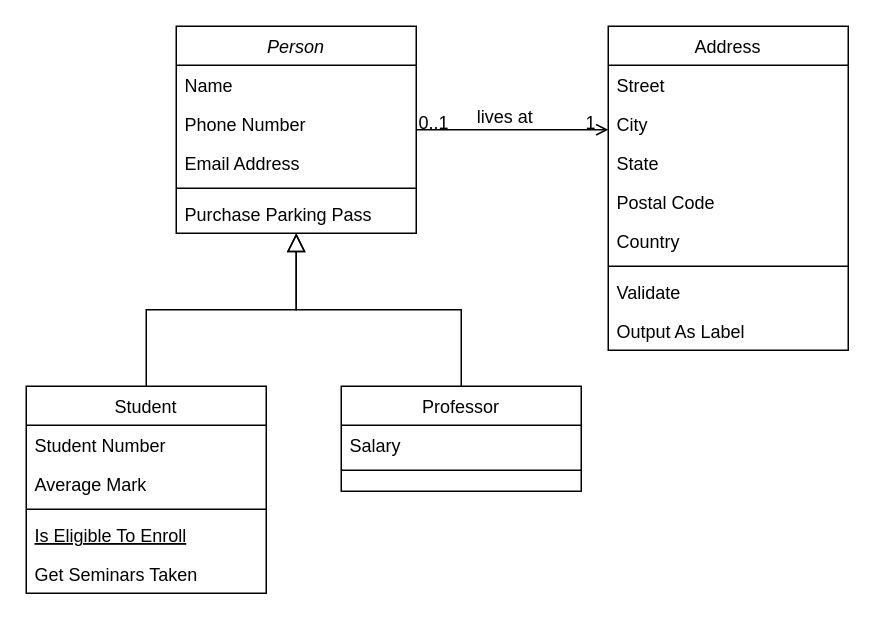
CervantesSanti2005/Proyecto2 keeps this draw.io diagram as Untitled Diagram.drawio. Above is the earlier version. Source tidied: cells renumbered, new cells numbered last; positions are measured from the earlier drawing's top-left corner, leaving out a move shared by most shapes. Both pictures are drawn from the tidied source at 150%, with x=0, y=0 at pixel (26, 26).
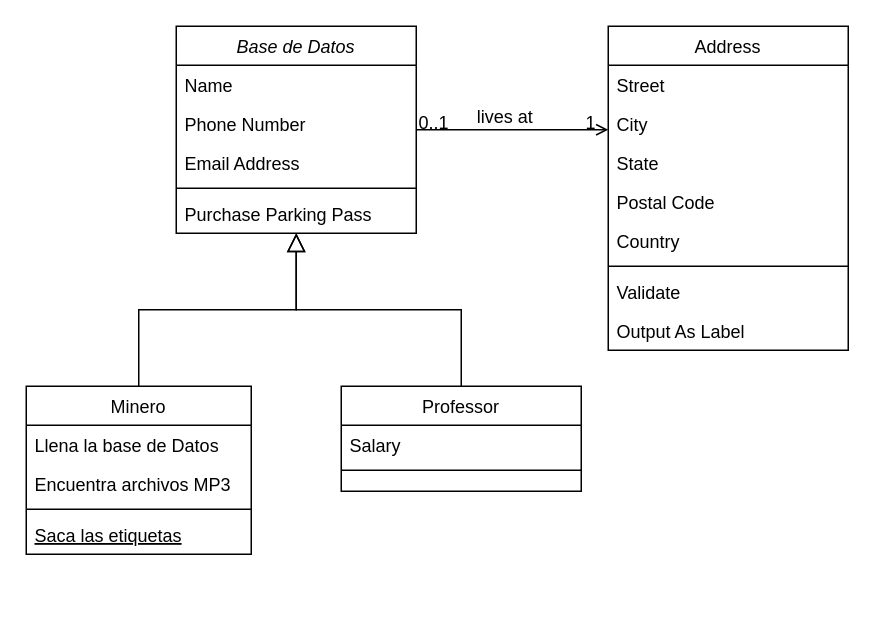
The same diagram, later.

Change to the diagram source:
```diff
@@
-    <mxCell id="2" value="Person" style="swimlane;fontStyle=2;align=center;verticalAlign=top;horizontal=1;startSize=26;rounded=0;shadow=0;strokeWidth=1;" parent="1" vertex="1">
+    <mxCell id="2" value="Base de Datos" style="swimlane;fontStyle=2;align=center;verticalAlign=top;horizontal=1;startSize=26;rounded=0;shadow=0;strokeWidth=1;" parent="1" vertex="1">
       <mxGeometry x="100" width="160" height="138" as="geometry" />
     </mxCell>
@@
-    <mxCell id="8" value="Student" style="swimlane;fontStyle=0;align=center;verticalAlign=top;horizontal=1;startSize=26;rounded=0;shadow=0;strokeWidth=1;" parent="1" vertex="1">
-      <mxGeometry y="240" width="160" height="138" as="geometry" />
+    <mxCell id="8" value="Minero" style="swimlane;fontStyle=0;align=center;verticalAlign=top;horizontal=1;startSize=26;rounded=0;shadow=0;strokeWidth=1;" parent="1" vertex="1">
+      <mxGeometry y="240" width="150" height="112" as="geometry" />
     </mxCell>
-    <mxCell id="9" value="Student Number" style="text;align=left;verticalAlign=top;spacingLeft=4;spacingRight=4;overflow=hidden;" parent="8" vertex="1">
-      <mxGeometry y="26" width="160" height="26" as="geometry" />
+    <mxCell id="9" value="Llena la base de Datos" style="text;align=left;verticalAlign=top;spacingLeft=4;spacingRight=4;overflow=hidden;" parent="8" vertex="1">
+      <mxGeometry y="26" width="150" height="26" as="geometry" />
     </mxCell>
-    <mxCell id="10" value="Average Mark" style="text;align=left;verticalAlign=top;spacingLeft=4;spacingRight=4;overflow=hidden;rounded=0;shadow=0;html=0;" parent="8" vertex="1">
-      <mxGeometry y="52" width="160" height="26" as="geometry" />
+    <mxCell id="10" value="Encuentra archivos MP3" style="text;align=left;verticalAlign=top;spacingLeft=4;spacingRight=4;overflow=hidden;rounded=0;shadow=0;html=0;" parent="8" vertex="1">
+      <mxGeometry y="52" width="150" height="26" as="geometry" />
     </mxCell>
     <mxCell id="11" style="line;html=1;strokeWidth=1;align=left;verticalAlign=middle;spacingTop=-1;spacingLeft=3;spacingRight=3;labelPosition=right;" parent="8" vertex="1">
-      <mxGeometry y="78" width="160" height="8" as="geometry" />
+      <mxGeometry y="78" width="150" height="8" as="geometry" />
     </mxCell>
-    <mxCell id="12" value="Is Eligible To Enroll" style="text;align=left;verticalAlign=top;spacingLeft=4;spacingRight=4;overflow=hidden;fontStyle=4;" parent="8" vertex="1">
-      <mxGeometry y="86" width="160" height="26" as="geometry" />
+    <mxCell id="12" value="Saca las etiquetas" style="text;align=left;verticalAlign=top;spacingLeft=4;spacingRight=4;overflow=hidden;fontStyle=4;" parent="8" vertex="1">
+      <mxGeometry y="86" width="150" height="26" as="geometry" />
     </mxCell>
-    <mxCell id="13" value="Get Seminars Taken" style="text;align=left;verticalAlign=top;spacingLeft=4;spacingRight=4;overflow=hidden;" parent="8" vertex="1">
-      <mxGeometry y="112" width="160" height="26" as="geometry" />
-    </mxCell>
```
